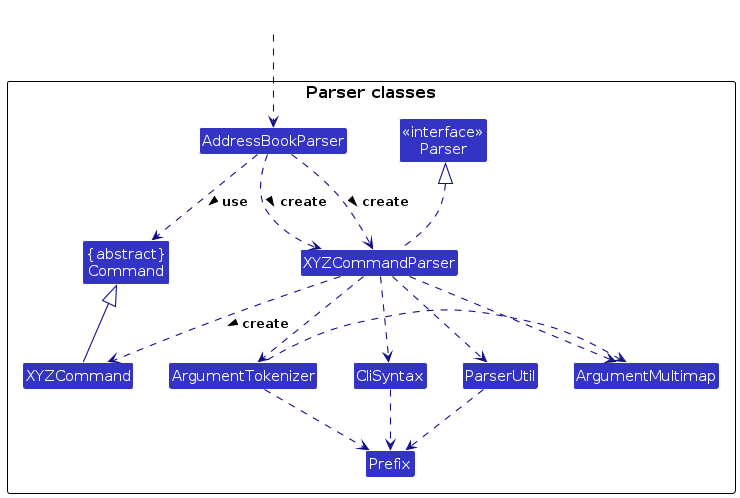
The PlantUML diagram diagrams/ParserClasses.png in AY2425S2-CS2103T-T16-4/tp, before a commit. Its source is kept beside it as diagrams/ParserClasses.puml.
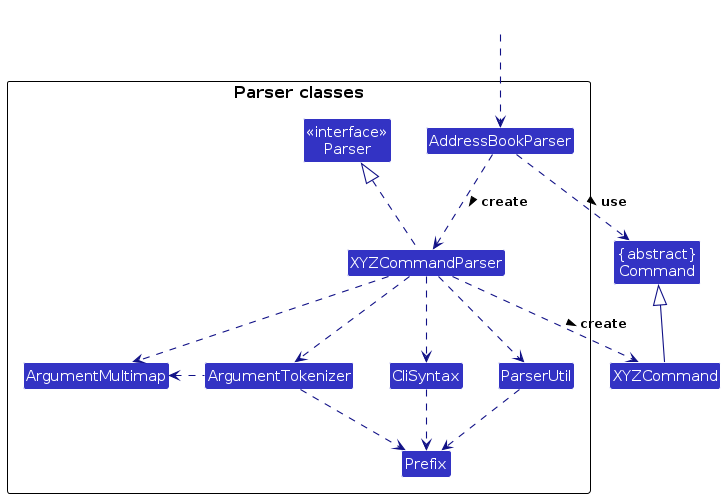
The same file after the commit.

What changed in the source:
```diff
@@ -4,17 +4,17 @@
 skinparam arrowColor LOGIC_COLOR_T4
 skinparam classBackgroundColor LOGIC_COLOR
 
+Class "{abstract}\nCommand" as Command
+Class XYZCommand
+
 package "Parser classes"{
-Class "{abstract}\nCommand" as Command
 Class "<<interface>>\nParser" as Parser
 Class AddressBookParser
-AddressBookParser .down.> XYZCommandParser : create >
 Class CliSyntax
 Class ParserUtil
 Class ArgumentMultimap
 Class ArgumentTokenizer
 Class Prefix
-Class XYZCommand
 Class XYZCommandParser
 }
 
```
